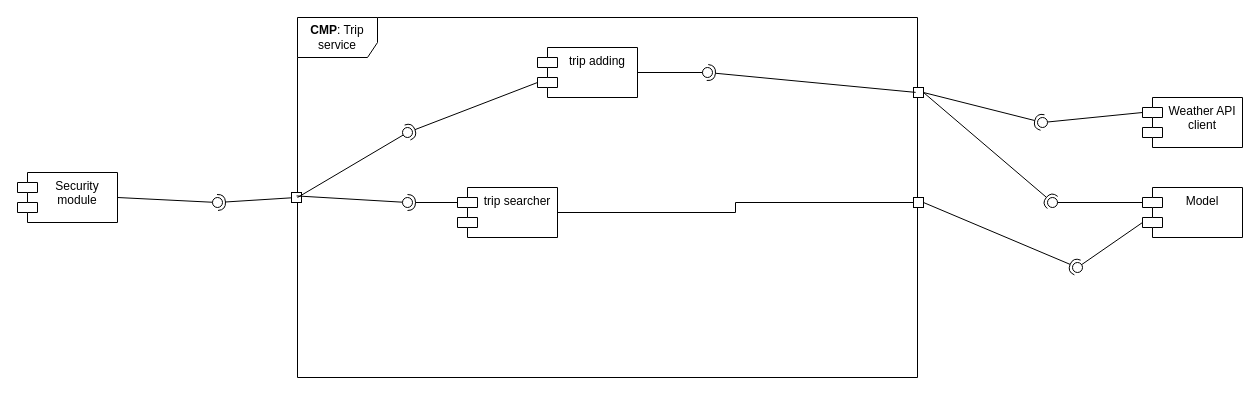
Before: page "Trip_detailed_view" (5 of 7) of DD/LaTeXCode/images/drawio/Component_diagram.drawio in jacopobellosi/Bellosi-Montanelli-Tempobono, a draw.io diagram. Source tidied: cells renumbered, new cells numbered last; positions are measured from the earlier drawing's top-left corner, leaving out a move shared by most shapes. Both pictures are drawn from the tidied source at 100%, with x=0, y=0 at pixel (17, 17).
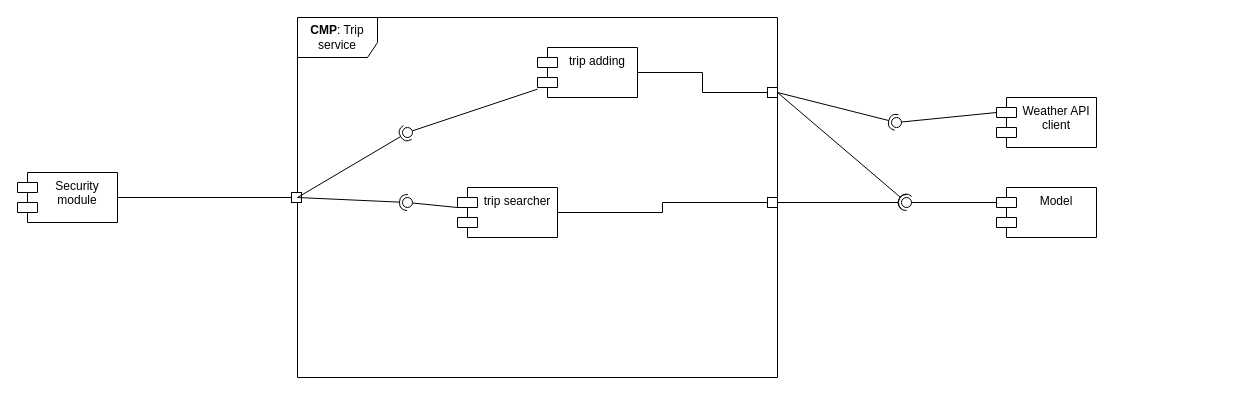
The same diagram, later.

The change refers to these unchanged cells:
```xml
<mxCell id="3" value="trip adding" style="shape=module;align=left;spacingLeft=20;align=center;verticalAlign=top;whiteSpace=wrap;html=1;" parent="1" vertex="1">
  <mxGeometry x="520" y="30" width="100" height="50" as="geometry" />
</mxCell>
<mxCell id="5" value="trip searcher" style="shape=module;align=left;spacingLeft=20;align=center;verticalAlign=top;whiteSpace=wrap;html=1;" parent="1" vertex="1">
  <mxGeometry x="440" y="170" width="100" height="50" as="geometry" />
</mxCell>
<mxCell id="6" value="Security&lt;br&gt;module" style="shape=module;align=left;spacingLeft=20;align=center;verticalAlign=top;whiteSpace=wrap;html=1;" parent="1" vertex="1">
  <mxGeometry y="155" width="100" height="50" as="geometry" />
</mxCell>
<mxCell id="9" style="ellipse;whiteSpace=wrap;html=1;align=center;fillColor=none;strokeColor=none;perimeter=centerPerimeter;points=[];outlineConnect=1;" parent="1" vertex="1">
  <mxGeometry x="195" y="180" width="10" height="10" as="geometry" />
</mxCell>
<mxCell id="10" style="rounded=0;whiteSpace=wrap;html=1;" parent="1" vertex="1">
  <mxGeometry x="274" y="175" width="10" height="10" as="geometry" />
</mxCell>
<mxCell id="13" style="ellipse;whiteSpace=wrap;html=1;align=center;fillColor=none;strokeColor=none;perimeter=centerPerimeter;points=[];outlineConnect=1;" parent="1" vertex="1">
  <mxGeometry x="385" y="110" width="10" height="10" as="geometry" />
</mxCell>
<mxCell id="16" style="ellipse;whiteSpace=wrap;html=1;align=center;fillColor=none;strokeColor=none;perimeter=centerPerimeter;points=[];outlineConnect=1;" parent="1" vertex="1">
  <mxGeometry x="385" y="180" width="10" height="10" as="geometry" />
</mxCell>
<mxCell id="36" style="ellipse;whiteSpace=wrap;html=1;align=center;fillColor=none;strokeColor=none;perimeter=centerPerimeter;points=[];outlineConnect=1;" parent="1" vertex="1">
  <mxGeometry x="685" y="50" width="10" height="10" as="geometry" />
</mxCell>
```

The edit, as a diff of the source:
```diff
@@
     <mxCell id="2" value="&lt;b&gt;CMP&lt;/b&gt;: Trip service" style="shape=umlFrame;whiteSpace=wrap;html=1;width=80;height=40;" parent="1" vertex="1">
-      <mxGeometry x="280" width="620" height="360" as="geometry" />
+      <mxGeometry x="280" width="480" height="360" as="geometry" />
     </mxCell>
@@
-    <mxCell id="7" style="rounded=0;jettySize=auto;html=1;endArrow=halfCircle;endFill=0;endSize=6;strokeWidth=1;sketch=0;" parent="1" edge="1" source="10" target="9">
-      <mxGeometry relative="1" as="geometry" />
-    </mxCell>
-    <mxCell id="8" style="rounded=0;jettySize=auto;html=1;endArrow=oval;endFill=0;sketch=0;sourcePerimeterSpacing=0;targetPerimeterSpacing=0;endSize=10;exitX=1;exitY=0.5;exitDx=0;exitDy=0;" parent="1" edge="1" source="6" target="9">
-      <mxGeometry relative="1" as="geometry" />
-    </mxCell>
@@
+    <mxCell id="38" style="edgeStyle=orthogonalEdgeStyle;rounded=0;jettySize=auto;html=1;entryX=1;entryY=0.5;entryDx=0;entryDy=0;endArrow=none;endFill=0;" parent="1" edge="1" source="10" target="6">
+      <mxGeometry relative="1" as="geometry" />
+    </mxCell>
@@
-    <mxCell id="11" style="rounded=0;jettySize=auto;html=1;endArrow=halfCircle;endFill=0;endSize=6;strokeWidth=1;sketch=0;exitX=0;exitY=0;exitDx=0;exitDy=35;exitPerimeter=0;" parent="1" edge="1" source="3" target="13">
-      <mxGeometry relative="1" as="geometry" />
+    <mxCell id="11" style="rounded=0;jettySize=auto;html=1;endArrow=halfCircle;endFill=0;endSize=6;strokeWidth=1;sketch=0;" parent="1" edge="1" target="13">
+      <mxGeometry relative="1" as="geometry">
+        <mxPoint x="280" y="180" as="sourcePoint" />
+      </mxGeometry>
     </mxCell>
-    <mxCell id="12" style="rounded=0;jettySize=auto;html=1;endArrow=oval;endFill=0;sketch=0;sourcePerimeterSpacing=0;targetPerimeterSpacing=0;endSize=10;" parent="1" edge="1" target="13">
-      <mxGeometry relative="1" as="geometry">
-        <mxPoint x="280" y="180" as="sourcePoint" />
-      </mxGeometry>
+    <mxCell id="12" style="rounded=0;jettySize=auto;html=1;endArrow=oval;endFill=0;sketch=0;sourcePerimeterSpacing=0;targetPerimeterSpacing=0;endSize=10;" parent="1" edge="1" source="3" target="13">
+      <mxGeometry relative="1" as="geometry" />
     </mxCell>
@@
-    <mxCell id="14" style="rounded=0;jettySize=auto;html=1;endArrow=halfCircle;endFill=0;endSize=6;strokeWidth=1;sketch=0;exitX=0;exitY=0;exitDx=0;exitDy=15;exitPerimeter=0;" parent="1" edge="1" source="5" target="16">
-      <mxGeometry relative="1" as="geometry" />
+    <mxCell id="14" style="rounded=0;jettySize=auto;html=1;endArrow=halfCircle;endFill=0;endSize=6;strokeWidth=1;sketch=0;" parent="1" edge="1" target="16">
+      <mxGeometry relative="1" as="geometry">
+        <mxPoint x="280" y="180" as="sourcePoint" />
+      </mxGeometry>
     </mxCell>
-    <mxCell id="15" style="rounded=0;jettySize=auto;html=1;endArrow=oval;endFill=0;sketch=0;sourcePerimeterSpacing=0;targetPerimeterSpacing=0;endSize=10;exitX=0.51;exitY=0.343;exitDx=0;exitDy=0;exitPerimeter=0;" parent="1" edge="1" source="10" target="16">
+    <mxCell id="15" style="rounded=0;jettySize=auto;html=1;endArrow=oval;endFill=0;sketch=0;sourcePerimeterSpacing=0;targetPerimeterSpacing=0;endSize=10;" parent="1" edge="1" source="5" target="16">
       <mxGeometry relative="1" as="geometry" />
     </mxCell>
@@
     <mxCell id="22" style="rounded=0;whiteSpace=wrap;html=1;" parent="1" vertex="1">
-      <mxGeometry x="896" y="180" width="10" height="10" as="geometry" />
+      <mxGeometry x="750" y="180" width="10" height="10" as="geometry" />
     </mxCell>
     <mxCell id="23" value="Model" style="shape=module;align=left;spacingLeft=20;align=center;verticalAlign=top;whiteSpace=wrap;html=1;" parent="1" vertex="1">
-      <mxGeometry x="1125" y="170" width="100" height="50" as="geometry" />
+      <mxGeometry x="979" y="170" width="100" height="50" as="geometry" />
     </mxCell>
+    <mxCell id="39" style="edgeStyle=orthogonalEdgeStyle;rounded=0;jettySize=auto;html=1;entryX=1;entryY=0.5;entryDx=0;entryDy=0;endArrow=none;endFill=0;" parent="1" edge="1" source="24" target="3">
+      <mxGeometry relative="1" as="geometry" />
+    </mxCell>
     <mxCell id="24" style="rounded=0;whiteSpace=wrap;html=1;" parent="1" vertex="1">
-      <mxGeometry x="896" y="70" width="10" height="10" as="geometry" />
+      <mxGeometry x="750" y="70" width="10" height="10" as="geometry" />
     </mxCell>
@@
     <mxCell id="27" style="ellipse;whiteSpace=wrap;html=1;align=center;fillColor=none;strokeColor=none;perimeter=centerPerimeter;points=[];outlineConnect=1;" parent="1" vertex="1">
-      <mxGeometry x="1030" y="180" width="10" height="10" as="geometry" />
+      <mxGeometry x="884" y="180" width="10" height="10" as="geometry" />
     </mxCell>
-    <mxCell id="28" style="rounded=0;jettySize=auto;html=1;endArrow=halfCircle;endFill=0;endSize=6;strokeWidth=1;sketch=0;exitX=1;exitY=0.5;exitDx=0;exitDy=0;" parent="1" edge="1" source="22">
-      <mxGeometry relative="1" as="geometry">
-        <mxPoint x="1060" y="250" as="targetPoint" />
-      </mxGeometry>
+    <mxCell id="28" style="rounded=0;jettySize=auto;html=1;endArrow=halfCircle;endFill=0;endSize=6;strokeWidth=1;sketch=0;exitX=1;exitY=0.5;exitDx=0;exitDy=0;entryX=0.96;entryY=0.42;entryDx=0;entryDy=0;entryPerimeter=0;" parent="1" edge="1" source="22" target="27">
+      <mxGeometry relative="1" as="geometry" />
     </mxCell>
-    <mxCell id="29" style="rounded=0;jettySize=auto;html=1;endArrow=oval;endFill=0;sketch=0;sourcePerimeterSpacing=0;targetPerimeterSpacing=0;endSize=10;exitX=0;exitY=0;exitDx=0;exitDy=35;exitPerimeter=0;" parent="1" edge="1" source="23">
-      <mxGeometry relative="1" as="geometry">
-        <mxPoint x="1060" y="250" as="targetPoint" />
-      </mxGeometry>
-    </mxCell>
     <mxCell id="30" value="Weather API client" style="shape=module;align=left;spacingLeft=20;align=center;verticalAlign=top;whiteSpace=wrap;html=1;" parent="1" vertex="1">
-      <mxGeometry x="1125" y="80" width="100" height="50" as="geometry" />
+      <mxGeometry x="979" y="80" width="100" height="50" as="geometry" />
     </mxCell>
@@
     <mxCell id="33" style="ellipse;whiteSpace=wrap;html=1;align=center;fillColor=none;strokeColor=none;perimeter=centerPerimeter;points=[];outlineConnect=1;" parent="1" vertex="1">
-      <mxGeometry x="1020" y="100" width="10" height="10" as="geometry" />
+      <mxGeometry x="874" y="100" width="10" height="10" as="geometry" />
     </mxCell>
-    <mxCell id="34" style="rounded=0;jettySize=auto;html=1;endArrow=halfCircle;endFill=0;endSize=6;strokeWidth=1;sketch=0;exitX=0.997;exitY=0.208;exitDx=0;exitDy=0;exitPerimeter=0;" parent="1" edge="1" source="2" target="36">
-      <mxGeometry relative="1" as="geometry" />
-    </mxCell>
-    <mxCell id="35" style="rounded=0;jettySize=auto;html=1;endArrow=oval;endFill=0;sketch=0;sourcePerimeterSpacing=0;targetPerimeterSpacing=0;endSize=10;exitX=1;exitY=0.5;exitDx=0;exitDy=0;" parent="1" edge="1" source="3" target="36">
-      <mxGeometry relative="1" as="geometry" />
-    </mxCell>
@@
     <mxCell id="37" style="ellipse;whiteSpace=wrap;html=1;align=center;fillColor=none;strokeColor=none;perimeter=centerPerimeter;" parent="1" vertex="1">
-      <mxGeometry x="1020" y="20" width="10" height="10" as="geometry" />
+      <mxGeometry x="874" y="20" width="10" height="10" as="geometry" />
     </mxCell>
```
